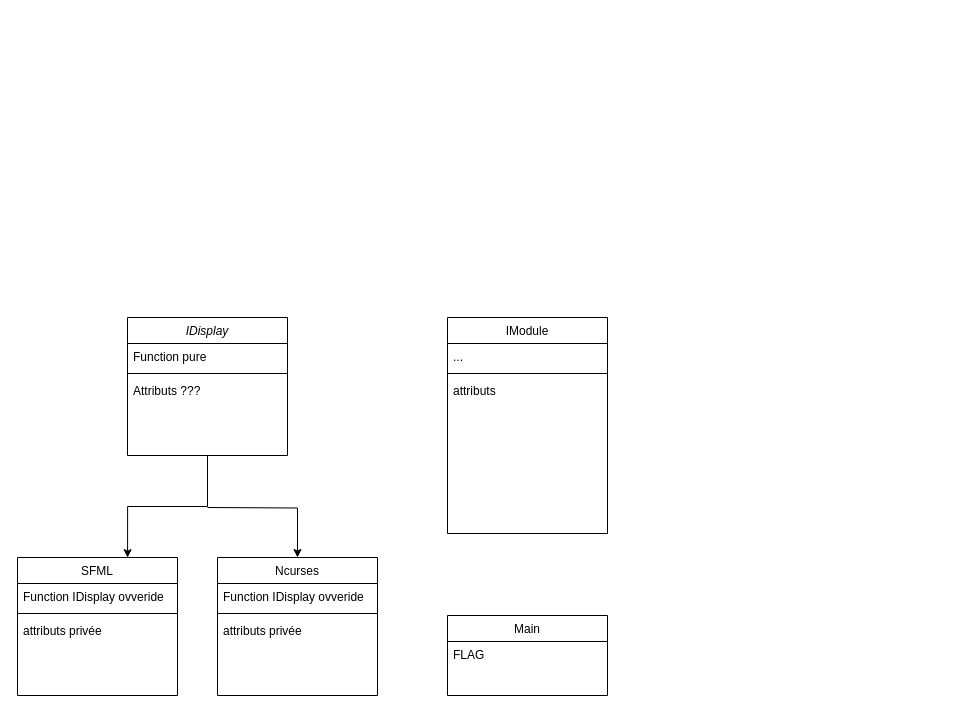
Before: Untitled Diagram.drawio in AugustinBst/Dungeon_Taker, a draw.io diagram. Source tidied: cells renumbered, new cells numbered last; positions are measured from the earlier drawing's top-left corner, leaving out a move shared by most shapes. Both pictures are drawn from the tidied source at 100%, with x=0, y=0 at pixel (17, 317).
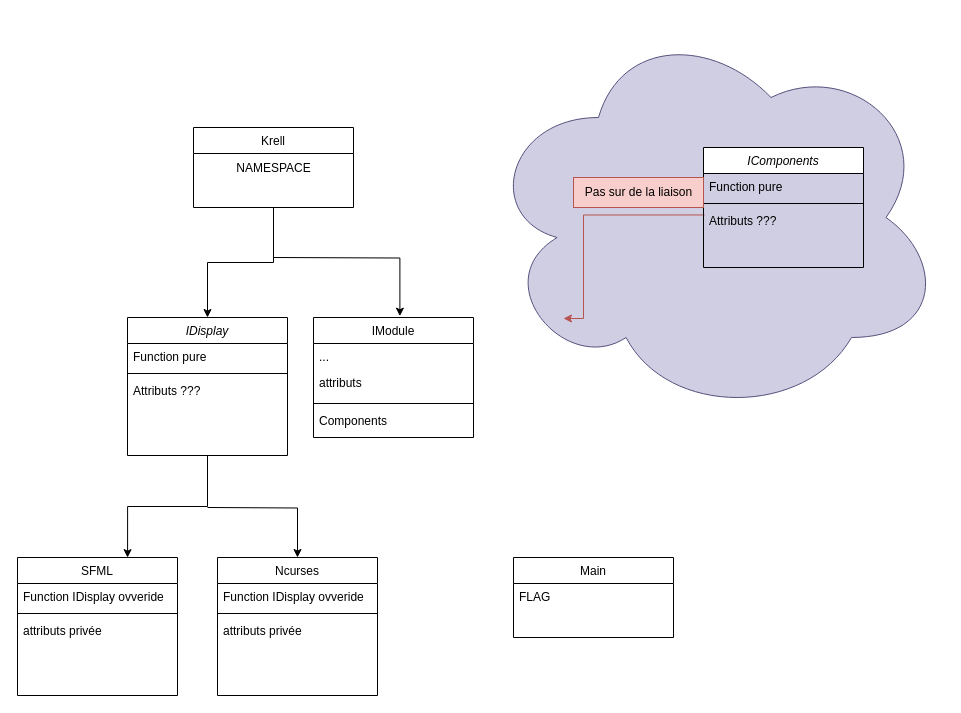
Above is the later version.

Unchanged cells that the change refers to:
```xml
<mxCell id="2" value="IDisplay" style="swimlane;fontStyle=2;align=center;verticalAlign=top;horizontal=1;startSize=26;rounded=0;shadow=0;strokeWidth=1;" parent="1" vertex="1">
  <mxGeometry x="110" width="160" height="138" as="geometry" />
</mxCell>
```

What changed in the source:
```diff
@@
+    <mxCell id="22" style="ellipse;shape=cloud;whiteSpace=wrap;html=1;fillColor=#d0cee2;strokeColor=#56517e;" parent="1" vertex="1">
+      <mxGeometry x="466" y="-300" width="460" height="400" as="geometry" />
+    </mxCell>
@@
     <mxCell id="10" value="IModule" style="swimlane;fontStyle=0;align=center;verticalAlign=top;horizontal=1;startSize=26;rounded=0;shadow=0;strokeWidth=1;" parent="1" vertex="1">
-      <mxGeometry x="430" width="160" height="216" as="geometry" />
+      <mxGeometry x="296" width="160" height="120" as="geometry" />
     </mxCell>
@@
+    <mxCell id="23" value="attributs" style="text;align=left;verticalAlign=top;spacingLeft=4;spacingRight=4;overflow=hidden;" parent="10" vertex="1">
+      <mxGeometry y="52" width="160" height="30" as="geometry" />
+    </mxCell>
     <mxCell id="12" style="line;html=1;strokeWidth=1;align=left;verticalAlign=middle;spacingTop=-1;spacingLeft=3;spacingRight=3;labelPosition=right;" parent="10" vertex="1">
-      <mxGeometry y="52" width="160" height="8" as="geometry" />
+      <mxGeometry y="82" width="160" height="8" as="geometry" />
     </mxCell>
-    <mxCell id="13" value="attributs" style="text;align=left;verticalAlign=top;spacingLeft=4;spacingRight=4;overflow=hidden;" parent="10" vertex="1">
-      <mxGeometry y="60" width="160" height="30" as="geometry" />
+    <mxCell id="13" value="Components" style="text;align=left;verticalAlign=top;spacingLeft=4;spacingRight=4;overflow=hidden;" parent="10" vertex="1">
+      <mxGeometry y="90" width="160" height="30" as="geometry" />
     </mxCell>
@@
     <mxCell id="20" value="Main" style="swimlane;fontStyle=0;align=center;verticalAlign=top;horizontal=1;startSize=26;rounded=0;shadow=0;strokeWidth=1;" parent="1" vertex="1">
-      <mxGeometry x="430" y="298" width="160" height="80" as="geometry" />
+      <mxGeometry x="496" y="240" width="160" height="80" as="geometry" />
     </mxCell>
@@
+    <mxCell id="24" style="edgeStyle=orthogonalEdgeStyle;rounded=0;jettySize=auto;html=1;fillColor=#f8cecc;strokeColor=#b85450;exitX=0.007;exitY=0.287;exitDx=0;exitDy=0;exitPerimeter=0;" parent="1" edge="1" source="28">
+      <mxGeometry relative="1" as="geometry">
+        <mxPoint x="546" y="1" as="targetPoint" />
+        <Array as="points">
+          <mxPoint x="566" y="-103" />
+          <mxPoint x="566" y="1" />
+        </Array>
+      </mxGeometry>
+    </mxCell>
+    <mxCell id="25" value="IComponents" style="swimlane;fontStyle=2;align=center;verticalAlign=top;horizontal=1;startSize=26;rounded=0;shadow=0;strokeWidth=1;" parent="1" vertex="1">
+      <mxGeometry x="686" y="-170" width="160" height="120" as="geometry" />
+    </mxCell>
+    <mxCell id="26" value="Function pure" style="text;align=left;verticalAlign=top;spacingLeft=4;spacingRight=4;overflow=hidden;rounded=0;shadow=0;html=0;" parent="25" vertex="1">
+      <mxGeometry y="26" width="160" height="26" as="geometry" />
+    </mxCell>
+    <mxCell id="27" style="line;html=1;strokeWidth=1;align=left;verticalAlign=middle;spacingTop=-1;spacingLeft=3;spacingRight=3;labelPosition=right;" parent="25" vertex="1">
+      <mxGeometry y="52" width="160" height="8" as="geometry" />
+    </mxCell>
+    <mxCell id="28" value="Attributs ???" style="text;align=left;verticalAlign=top;spacingLeft=4;spacingRight=4;overflow=hidden;points=[[0,0.5],[1,0.5]];portConstraint=eastwest;" parent="25" vertex="1">
+      <mxGeometry y="60" width="160" height="26" as="geometry" />
+    </mxCell>
+    <mxCell id="29" style="edgeStyle=orthogonalEdgeStyle;rounded=0;jettySize=auto;html=1;entryX=0.5;entryY=0;entryDx=0;entryDy=0;" parent="1" edge="1" source="30" target="2">
+      <mxGeometry relative="1" as="geometry" />
+    </mxCell>
+    <mxCell id="30" value="Krell" style="swimlane;fontStyle=0;align=center;verticalAlign=top;horizontal=1;startSize=26;rounded=0;shadow=0;strokeWidth=1;" parent="1" vertex="1">
+      <mxGeometry x="176" y="-190" width="160" height="80" as="geometry" />
+    </mxCell>
+    <mxCell id="31" value="NAMESPACE" style="text;html=1;align=center;verticalAlign=middle;strokeColor=none;fillColor=none;" parent="30" vertex="1">
+      <mxGeometry y="26" width="160" height="30" as="geometry" />
+    </mxCell>
+    <mxCell id="32" style="edgeStyle=orthogonalEdgeStyle;rounded=0;jettySize=auto;html=1;entryX=0.54;entryY=-0.011;entryDx=0;entryDy=0;entryPerimeter=0;" parent="1" edge="1" target="10">
+      <mxGeometry relative="1" as="geometry">
+        <mxPoint x="256" y="-60" as="sourcePoint" />
+      </mxGeometry>
+    </mxCell>
+    <mxCell id="33" value="Pas sur de la liaison" style="text;html=1;align=center;verticalAlign=middle;strokeColor=#b85450;fillColor=#f8cecc;" parent="1" vertex="1">
+      <mxGeometry x="556" y="-140" width="130" height="30" as="geometry" />
+    </mxCell>
```
